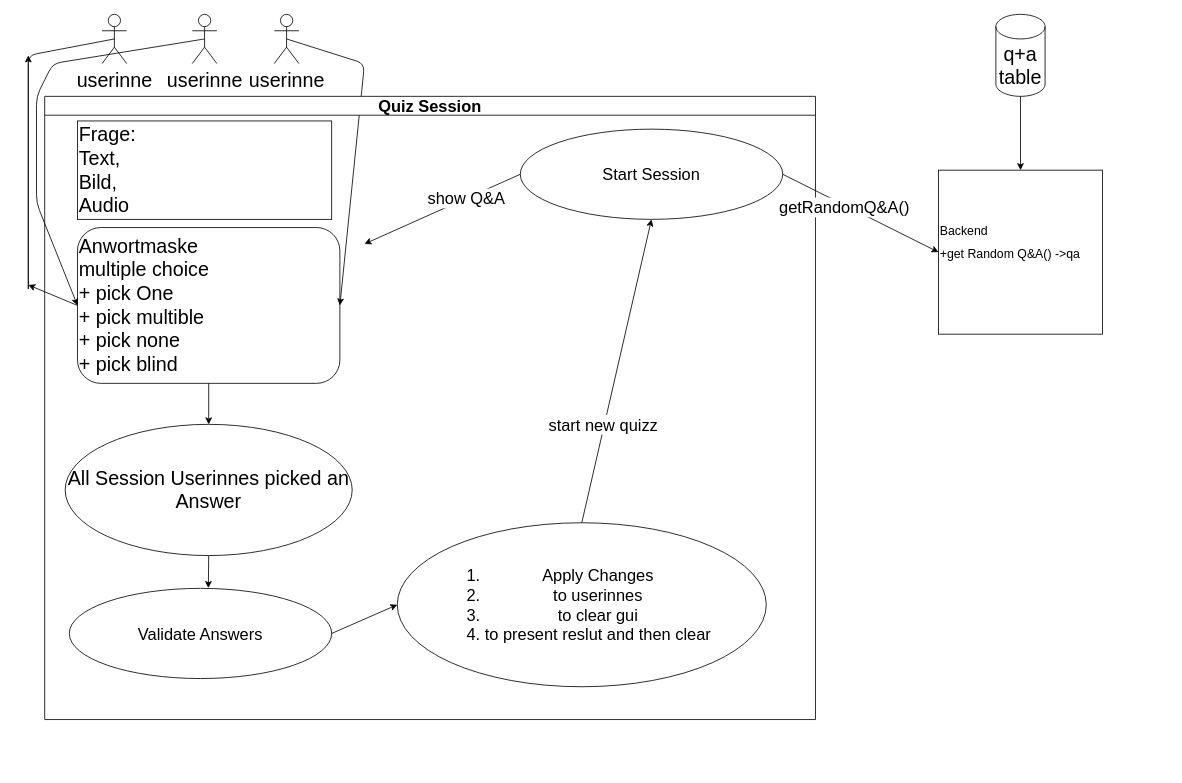
Before: scratch.drawio in cjanta/cjantaComponentQuizApp, a draw.io diagram. Source tidied: cells renumbered, new cells numbered last; positions are measured from the earlier drawing's top-left corner, leaving out a move shared by most shapes. Both pictures are drawn from the tidied source at 82%, with x=0, y=0 at pixel (28, 14).
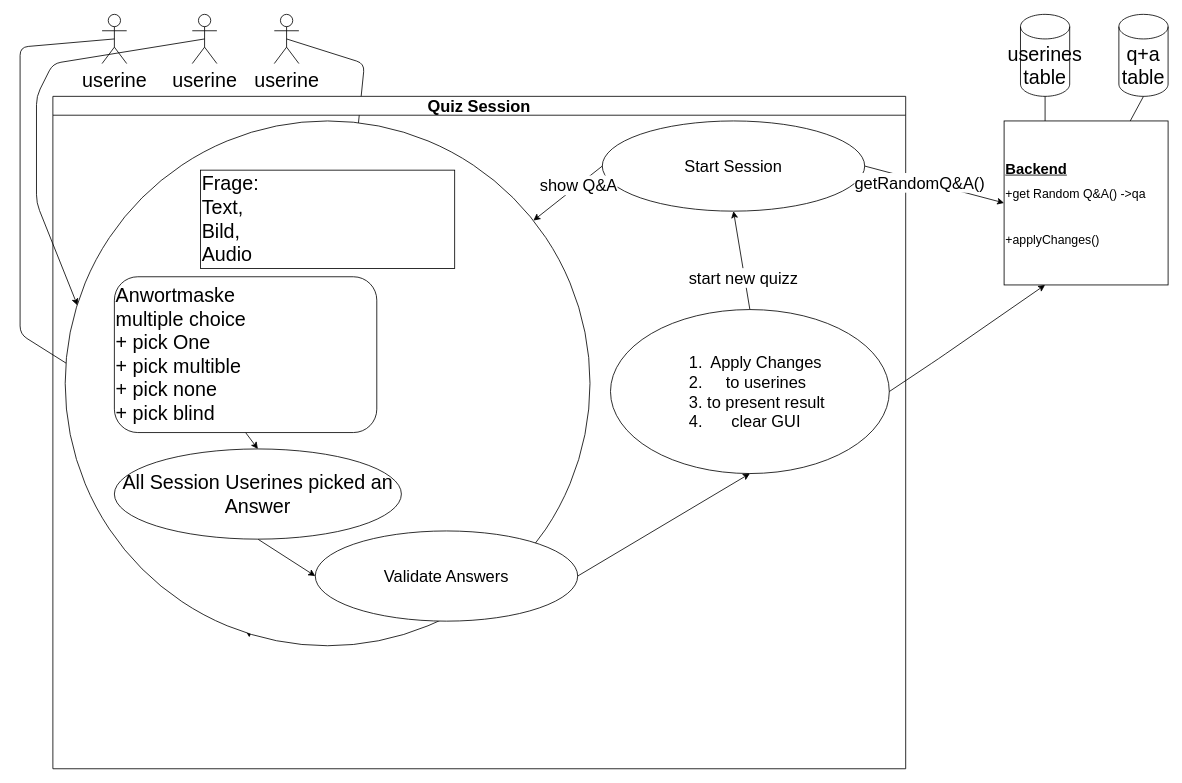
The same page after the edit.

Commit message:
typos und ++

The edit, as a diff of the source:
```diff
@@
-    <mxCell id="2" value="&lt;font style=&quot;font-size: 24px;&quot;&gt;Frage:&lt;br&gt;Text, &lt;br&gt;Bild, &lt;br&gt;&lt;/font&gt;&lt;div style=&quot;font-size: 24px;&quot;&gt;&lt;span style=&quot;background-color: initial;&quot;&gt;&lt;font style=&quot;font-size: 24px;&quot;&gt;Audio&amp;nbsp;&lt;/font&gt;&lt;/span&gt;&lt;/div&gt;" style="rounded=0;whiteSpace=wrap;html=1;align=left;" parent="1" vertex="1">
-      <mxGeometry x="60" y="130" width="310" height="120" as="geometry" />
-    </mxCell>
-    <mxCell id="3" style="edgeStyle=none;html=1;exitX=0;exitY=0.5;exitDx=0;exitDy=0;fontSize=24;" parent="1" edge="1" source="4">
-      <mxGeometry relative="1" as="geometry">
-        <mxPoint y="330" as="targetPoint" />
-      </mxGeometry>
-    </mxCell>
-    <mxCell id="4" value="&lt;font style=&quot;font-size: 24px;&quot;&gt;Anwortmaske&lt;br&gt;multiple choice&lt;br&gt;+ pick One&lt;br&gt;+ pick multible&lt;br&gt;+ pick none&lt;br&gt;+ pick blind&lt;/font&gt;" style="rounded=1;whiteSpace=wrap;html=1;align=left;" parent="1" vertex="1">
-      <mxGeometry x="60" y="260" width="320" height="190" as="geometry" />
-    </mxCell>
-    <mxCell id="5" style="edgeStyle=none;html=1;exitX=0.5;exitY=0.5;exitDx=0;exitDy=0;exitPerimeter=0;fontSize=24;" parent="1" edge="1" source="6">
-      <mxGeometry relative="1" as="geometry">
-        <mxPoint y="50" as="targetPoint" />
-        <Array as="points">
-          <mxPoint y="50" />
-          <mxPoint y="340" />
-        </Array>
-      </mxGeometry>
-    </mxCell>
+    <mxCell id="28" style="edgeStyle=none;html=1;exitX=0.5;exitY=0.5;exitDx=0;exitDy=0;exitPerimeter=0;fontSize=20;entryX=0;entryY=0.75;entryDx=0;entryDy=0;" parent="1" edge="1" source="6" target="4">
+      <mxGeometry relative="1" as="geometry">
+        <Array as="points">
+          <mxPoint x="-10" y="40" />
+          <mxPoint x="-10" y="390" />
+        </Array>
+      </mxGeometry>
+    </mxCell>
-    <mxCell id="6" value="userinne" style="shape=umlActor;verticalLabelPosition=bottom;verticalAlign=top;html=1;outlineConnect=0;fontSize=24;" parent="1" vertex="1">
+    <mxCell id="6" value="userine" style="shape=umlActor;verticalLabelPosition=bottom;verticalAlign=top;html=1;outlineConnect=0;fontSize=24;" parent="1" vertex="1">
       <mxGeometry x="90" width="30" height="60" as="geometry" />
     </mxCell>
-    <mxCell id="7" style="edgeStyle=none;html=1;exitX=0.5;exitY=0.5;exitDx=0;exitDy=0;exitPerimeter=0;fontSize=24;entryX=0;entryY=0.5;entryDx=0;entryDy=0;" parent="1" edge="1" source="8" target="4">
+    <mxCell id="7" style="edgeStyle=none;html=1;exitX=0.5;exitY=0.5;exitDx=0;exitDy=0;exitPerimeter=0;fontSize=24;entryX=0;entryY=0.5;entryDx=0;entryDy=0;" parent="1" edge="1" source="8">
       <mxGeometry relative="1" as="geometry">
+        <mxPoint x="60" y="355" as="targetPoint" />
         <Array as="points">
           <mxPoint x="30" y="60" />
           <mxPoint x="10" y="100" />
           <mxPoint x="10" y="230" />
         </Array>
       </mxGeometry>
     </mxCell>
-    <mxCell id="8" value="userinne" style="shape=umlActor;verticalLabelPosition=bottom;verticalAlign=top;html=1;outlineConnect=0;fontSize=24;" parent="1" vertex="1">
+    <mxCell id="8" value="userine" style="shape=umlActor;verticalLabelPosition=bottom;verticalAlign=top;html=1;outlineConnect=0;fontSize=24;" parent="1" vertex="1">
       <mxGeometry x="200" width="30" height="60" as="geometry" />
     </mxCell>
-    <mxCell id="9" style="edgeStyle=none;html=1;exitX=0.5;exitY=0.5;exitDx=0;exitDy=0;exitPerimeter=0;entryX=1;entryY=0.5;entryDx=0;entryDy=0;fontSize=24;" parent="1" edge="1" source="10" target="4">
+    <mxCell id="9" style="edgeStyle=none;html=1;exitX=0.5;exitY=0.5;exitDx=0;exitDy=0;exitPerimeter=0;entryX=1;entryY=0.5;entryDx=0;entryDy=0;fontSize=24;" parent="1" edge="1" source="10">
       <mxGeometry relative="1" as="geometry">
+        <mxPoint x="380" y="355" as="targetPoint" />
         <Array as="points">
           <mxPoint x="410" y="60" />
         </Array>
       </mxGeometry>
     </mxCell>
-    <mxCell id="10" value="userinne" style="shape=umlActor;verticalLabelPosition=bottom;verticalAlign=top;html=1;outlineConnect=0;fontSize=24;" parent="1" vertex="1">
+    <mxCell id="10" value="userine" style="shape=umlActor;verticalLabelPosition=bottom;verticalAlign=top;html=1;outlineConnect=0;fontSize=24;" parent="1" vertex="1">
       <mxGeometry x="300" width="30" height="60" as="geometry" />
     </mxCell>
-    <mxCell id="11" style="edgeStyle=none;html=1;exitX=0.5;exitY=1;exitDx=0;exitDy=0;entryX=0.53;entryY=-0.003;entryDx=0;entryDy=0;entryPerimeter=0;fontSize=20;" parent="1" edge="1" source="12" target="18">
-      <mxGeometry relative="1" as="geometry" />
-    </mxCell>
-    <mxCell id="12" value="All Session Userinnes picked an Answer" style="ellipse;whiteSpace=wrap;html=1;fontSize=24;" parent="1" vertex="1">
-      <mxGeometry x="45" y="500" width="350" height="160" as="geometry" />
-    </mxCell>
-    <mxCell id="13" style="endArrow=classic;html=1;fontSize=24;exitX=0.5;exitY=1;exitDx=0;exitDy=0;entryX=0.5;entryY=0;entryDx=0;entryDy=0;" parent="1" edge="1" source="4" target="12">
-      <mxGeometry relative="1" as="geometry" />
+    <mxCell id="13" style="endArrow=classic;html=1;fontSize=24;exitX=0.5;exitY=1;exitDx=0;exitDy=0;entryX=0.5;entryY=0;entryDx=0;entryDy=0;" parent="1" edge="1">
+      <mxGeometry relative="1" as="geometry">
+        <mxPoint x="220" y="450" as="sourcePoint" />
+        <mxPoint x="265" y="550" as="targetPoint" />
+      </mxGeometry>
     </mxCell>
-    <mxCell id="14" style="edgeStyle=none;html=1;exitX=0.5;exitY=1;exitDx=0;exitDy=0;exitPerimeter=0;fontSize=15;" parent="1" edge="1" source="15" target="16">
-      <mxGeometry relative="1" as="geometry" />
-    </mxCell>
     <mxCell id="15" value="q+a table" style="shape=cylinder3;whiteSpace=wrap;html=1;boundedLbl=1;backgroundOutline=1;size=15;fontSize=24;" parent="1" vertex="1">
-      <mxGeometry x="1180" width="60" height="100" as="geometry" />
+      <mxGeometry x="1330" width="60" height="100" as="geometry" />
     </mxCell>
-    <mxCell id="16" value="&lt;font style=&quot;font-size: 15px;&quot;&gt;Backend&lt;br style=&quot;&quot;&gt;+get Random Q&amp;amp;A() -&amp;gt;qa&lt;br&gt;&lt;br&gt;&lt;/font&gt;" style="whiteSpace=wrap;html=1;fontSize=24;align=left;" parent="1" vertex="1">
-      <mxGeometry x="1110" y="190" width="200" height="200" as="geometry" />
+    <mxCell id="16" value="&lt;font style=&quot;&quot;&gt;&lt;font style=&quot;font-size: 18px;&quot;&gt;&lt;b&gt;&lt;u&gt;Backend&lt;/u&gt;&lt;/b&gt;&lt;/font&gt;&lt;br style=&quot;&quot;&gt;&lt;span style=&quot;font-size: 15px;&quot;&gt;+get Random Q&amp;amp;A() -&amp;gt;qa&lt;/span&gt;&lt;br&gt;&lt;br&gt;&lt;span style=&quot;font-size: 15px;&quot;&gt;+applyChanges()&lt;/span&gt;&lt;br&gt;&lt;/font&gt;" style="whiteSpace=wrap;html=1;fontSize=24;align=left;" parent="1" vertex="1">
+      <mxGeometry x="1190" y="130" width="200" height="200" as="geometry" />
     </mxCell>
     <mxCell id="17" value="Quiz Session" style="swimlane;whiteSpace=wrap;html=1;fontSize=20;" parent="1" vertex="1">
-      <mxGeometry x="20" y="100" width="940" height="760" as="geometry" />
+      <mxGeometry x="30" y="100" width="1040" height="820" as="geometry" />
     </mxCell>
-    <mxCell id="18" value="Validate Answers" style="ellipse;whiteSpace=wrap;html=1;fontSize=20;" parent="17" vertex="1">
-      <mxGeometry x="30" y="600" width="320" height="110" as="geometry" />
-    </mxCell>
     <mxCell id="19" value="Start Session" style="ellipse;whiteSpace=wrap;html=1;fontSize=20;" parent="17" vertex="1">
-      <mxGeometry x="580" y="40" width="320" height="110" as="geometry" />
+      <mxGeometry x="670" y="30" width="320" height="110" as="geometry" />
     </mxCell>
@@
-    <mxCell id="22" value="&lt;ol&gt;&lt;li&gt;Apply Changes&lt;/li&gt;&lt;li&gt;to userinnes&lt;/li&gt;&lt;li&gt;to clear gui&lt;/li&gt;&lt;li&gt;&lt;span style=&quot;background-color: initial;&quot;&gt;to present reslut and then clear&lt;/span&gt;&lt;/li&gt;&lt;/ol&gt;" style="ellipse;whiteSpace=wrap;html=1;fontSize=20;align=center;" parent="17" vertex="1">
-      <mxGeometry x="430" y="520" width="450" height="200" as="geometry" />
+    <mxCell id="22" value="&lt;ol&gt;&lt;li&gt;Apply Changes&lt;/li&gt;&lt;li&gt;to userines&lt;/li&gt;&lt;li&gt;to present result&lt;/li&gt;&lt;li&gt;clear GUI&lt;/li&gt;&lt;/ol&gt;" style="ellipse;whiteSpace=wrap;html=1;fontSize=20;align=center;" parent="17" vertex="1">
+      <mxGeometry x="680" y="260" width="340" height="200" as="geometry" />
     </mxCell>
+    <mxCell id="11" style="edgeStyle=none;html=1;exitX=0.5;exitY=1;exitDx=0;exitDy=0;entryX=0.53;entryY=-0.003;entryDx=0;entryDy=0;entryPerimeter=0;fontSize=20;" parent="17" edge="1">
+      <mxGeometry relative="1" as="geometry">
+        <mxPoint x="235" y="600" as="sourcePoint" />
+        <mxPoint x="239.6" y="659.7" as="targetPoint" />
+      </mxGeometry>
+    </mxCell>
+    <mxCell id="29" style="ellipse;whiteSpace=wrap;html=1;fontSize=20;" parent="17" vertex="1">
+      <mxGeometry x="15" y="30" width="640" height="640" as="geometry" />
+    </mxCell>
+    <mxCell id="2" value="&lt;font style=&quot;font-size: 24px;&quot;&gt;Frage:&lt;br&gt;Text, &lt;br&gt;Bild, &lt;br&gt;&lt;/font&gt;&lt;div style=&quot;font-size: 24px;&quot;&gt;&lt;span style=&quot;background-color: initial;&quot;&gt;&lt;font style=&quot;font-size: 24px;&quot;&gt;Audio&amp;nbsp;&lt;/font&gt;&lt;/span&gt;&lt;/div&gt;" style="rounded=0;whiteSpace=wrap;html=1;align=left;" parent="17" vertex="1">
+      <mxGeometry x="180" y="90" width="310" height="120" as="geometry" />
+    </mxCell>
+    <mxCell id="30" style="edgeStyle=none;html=1;exitX=0.5;exitY=1;exitDx=0;exitDy=0;entryX=0.5;entryY=0;entryDx=0;entryDy=0;fontSize=20;" parent="17" edge="1" source="4" target="32">
+      <mxGeometry relative="1" as="geometry" />
+    </mxCell>
+    <mxCell id="4" value="&lt;font style=&quot;font-size: 24px;&quot;&gt;Anwortmaske&lt;br&gt;multiple choice&lt;br&gt;+ pick One&lt;br&gt;+ pick multible&lt;br&gt;+ pick none&lt;br&gt;+ pick blind&lt;/font&gt;" style="rounded=1;whiteSpace=wrap;html=1;align=left;" parent="17" vertex="1">
+      <mxGeometry x="75" y="220" width="320" height="190" as="geometry" />
+    </mxCell>
-    <mxCell id="23" style="endArrow=classic;html=1;fontSize=20;exitX=1;exitY=0.5;exitDx=0;exitDy=0;entryX=0;entryY=0.5;entryDx=0;entryDy=0;" parent="17" edge="1" source="18" target="22">
+    <mxCell id="23" style="edgeStyle=none;html=1;exitX=1;exitY=0.5;exitDx=0;exitDy=0;entryX=0.5;entryY=1;entryDx=0;entryDy=0;fontSize=20;" parent="17" edge="1" source="18" target="22">
       <mxGeometry relative="1" as="geometry" />
     </mxCell>
+    <mxCell id="18" value="Validate Answers" style="ellipse;whiteSpace=wrap;html=1;fontSize=20;" parent="17" vertex="1">
+      <mxGeometry x="320" y="530" width="320" height="110" as="geometry" />
+    </mxCell>
+    <mxCell id="31" style="edgeStyle=none;html=1;exitX=0.5;exitY=1;exitDx=0;exitDy=0;entryX=0;entryY=0.5;entryDx=0;entryDy=0;fontSize=20;" parent="17" edge="1" source="32" target="18">
+      <mxGeometry relative="1" as="geometry" />
+    </mxCell>
+    <mxCell id="32" value="All Session Userines picked an Answer" style="ellipse;whiteSpace=wrap;html=1;fontSize=24;" parent="17" vertex="1">
+      <mxGeometry x="75" y="430" width="350" height="110" as="geometry" />
+    </mxCell>
+    <mxCell id="26" style="edgeStyle=none;html=1;exitX=0;exitY=0.5;exitDx=0;exitDy=0;fontSize=20;" parent="17" edge="1" source="19" target="29">
+      <mxGeometry relative="1" as="geometry" />
+    </mxCell>
+    <mxCell id="27" value="show Q&amp;amp;A" style="edgeLabel;html=1;align=center;verticalAlign=middle;fontSize=20;" parent="26" vertex="1">
+      <mxGeometry x="-0.31" y="-1" relative="1" as="geometry" />
+    </mxCell>
@@
-    <mxCell id="26" style="edgeStyle=none;html=1;exitX=0;exitY=0.5;exitDx=0;exitDy=0;fontSize=20;" parent="1" edge="1" source="19">
-      <mxGeometry relative="1" as="geometry">
-        <mxPoint x="410" y="280" as="targetPoint" />
-      </mxGeometry>
-    </mxCell>
-    <mxCell id="27" value="show Q&amp;amp;A" style="edgeLabel;html=1;align=center;verticalAlign=middle;fontSize=20;" parent="26" vertex="1">
-      <mxGeometry x="-0.31" y="-1" relative="1" as="geometry" />
-    </mxCell>
+    <mxCell id="33" style="edgeStyle=none;html=1;exitX=1;exitY=0.5;exitDx=0;exitDy=0;entryX=0.25;entryY=1;entryDx=0;entryDy=0;fontSize=20;" parent="1" edge="1" source="22" target="16">
+      <mxGeometry relative="1" as="geometry">
+        <Array as="points">
+          <mxPoint x="1110" y="420" />
+        </Array>
+      </mxGeometry>
+    </mxCell>
+    <mxCell id="34" value="userines table" style="shape=cylinder3;whiteSpace=wrap;html=1;boundedLbl=1;backgroundOutline=1;size=15;fontSize=24;" parent="1" vertex="1">
+      <mxGeometry x="1210" width="60" height="100" as="geometry" />
+    </mxCell>
+    <mxCell id="35" style="endArrow=none;html=1;fontSize=20;entryX=0.5;entryY=1;entryDx=0;entryDy=0;entryPerimeter=0;exitX=0.25;exitY=0;exitDx=0;exitDy=0;" parent="1" edge="1" source="16" target="34">
+      <mxGeometry relative="1" as="geometry" />
+    </mxCell>
+    <mxCell id="36" style="endArrow=none;html=1;fontSize=20;entryX=0.5;entryY=1;entryDx=0;entryDy=0;entryPerimeter=0;" parent="1" edge="1" source="16" target="15">
+      <mxGeometry relative="1" as="geometry" />
+    </mxCell>
```
